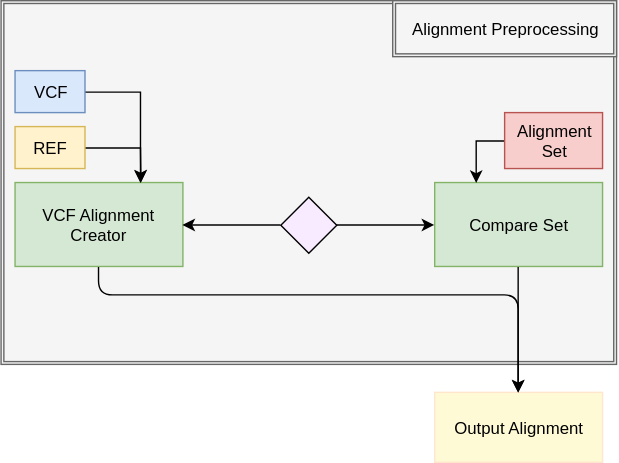
Earlier version of the draw.io export preprocess.svg (inab/trimal). Source tidied: cells renumbered, new cells last; positions are measured from the earlier drawing's top-left corner, leaving out a move shared by most shapes.
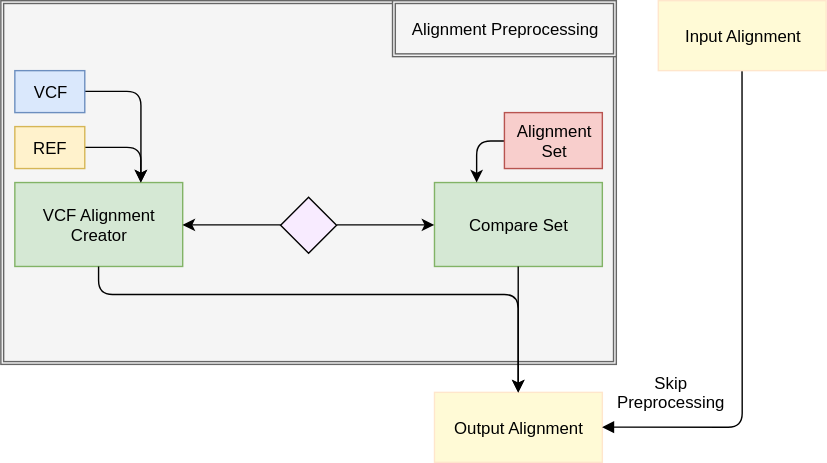
Later version of the same file.

Change to the diagram source:
```diff
@@ -11,13 +11,13 @@
     <mxCell id="4" value="Compare Set" style="rounded=0;whiteSpace=wrap;html=1;glass=0;strokeColor=#82b366;fillColor=#d5e8d4;" parent="1" vertex="1">
       <mxGeometry x="310" y="130" width="120" height="60" as="geometry" />
     </mxCell>
-    <mxCell id="5" style="edgeStyle=orthogonalEdgeStyle;rounded=0;html=1;exitX=1;exitY=0.5;entryX=0.75;entryY=0;jettySize=auto;" parent="1" edge="1" source="6" target="3">
+    <mxCell id="5" style="edgeStyle=orthogonalEdgeStyle;rounded=1;html=1;exitX=1;exitY=0.5;entryX=0.75;entryY=0;jettySize=auto;" parent="1" edge="1" source="6" target="3">
       <mxGeometry relative="1" as="geometry" />
     </mxCell>
     <mxCell id="6" value="VCF" style="rounded=0;whiteSpace=wrap;html=1;glass=0;strokeColor=#6c8ebf;fillColor=#dae8fc;" parent="1" vertex="1">
       <mxGeometry x="10" y="50" width="50" height="30" as="geometry" />
     </mxCell>
-    <mxCell id="7" style="edgeStyle=orthogonalEdgeStyle;rounded=0;html=1;exitX=0;exitY=0.5;entryX=0.25;entryY=0;jettySize=auto;" parent="1" edge="1" source="8" target="4">
+    <mxCell id="7" style="html=1;exitX=0;exitY=0.5;entryX=0.25;entryY=0;jettySize=auto;edgeStyle=orthogonalEdgeStyle;rounded=1;" parent="1" edge="1" source="8" target="4">
       <mxGeometry relative="1" as="geometry" />
     </mxCell>
     <mxCell id="8" value="Alignment&lt;br&gt;Set" style="rounded=0;whiteSpace=wrap;html=1;glass=0;strokeColor=#b85450;fillColor=#f8cecc;" parent="1" vertex="1">
@@ -26,7 +26,7 @@
     <mxCell id="9" value="Alignment Preprocessing" style="shape=ext;double=1;rounded=0;whiteSpace=wrap;html=1;glass=0;strokeColor=#666666;fillColor=#f5f5f5;" parent="1" vertex="1">
       <mxGeometry x="280" width="160" height="40" as="geometry" />
     </mxCell>
-    <mxCell id="10" style="edgeStyle=orthogonalEdgeStyle;rounded=0;html=1;exitX=1;exitY=0.5;jettySize=auto;" parent="1" edge="1" source="11">
+    <mxCell id="10" style="edgeStyle=orthogonalEdgeStyle;rounded=1;html=1;exitX=1;exitY=0.5;jettySize=auto;" parent="1" edge="1" source="11">
       <mxGeometry relative="1" as="geometry">
         <mxPoint x="100" y="130" as="targetPoint" />
       </mxGeometry>
@@ -37,7 +37,7 @@
     <mxCell id="12" value="Output Alignment" style="rounded=0;whiteSpace=wrap;html=1;glass=0;strokeColor=#FFE6CC;fillColor=#FFFAD6;gradientColor=none;" parent="1" vertex="1">
       <mxGeometry x="310" y="280" width="120" height="50" as="geometry" />
     </mxCell>
-    <mxCell id="13" style="edgeStyle=orthogonalEdgeStyle;rounded=1;html=1;exitX=0.5;exitY=1;jettySize=auto;" parent="1" edge="1" source="3" target="12">
+    <mxCell id="13" style="edgeStyle=orthogonalEdgeStyle;rounded=1;html=1;exitX=0.5;exitY=1;jettySize=auto;jumpStyle=none;" parent="1" edge="1" source="3" target="12">
       <mxGeometry relative="1" as="geometry">
         <Array as="points">
           <mxPoint x="70" y="210" />
@@ -57,5 +57,20 @@
     <mxCell id="17" style="strokeWidth=1;html=1;shape=mxgraph.flowchart.decision;whiteSpace=wrap;glass=0;fillColor=#F8EBFF;gradientColor=none;" parent="1" vertex="1">
       <mxGeometry x="200" y="140.5" width="40" height="40" as="geometry" />
     </mxCell>
+    <mxCell id="18" style="edgeStyle=none;rounded=1;jumpStyle=arc;jumpSize=12;html=1;exitX=0.5;exitY=1;entryX=1;entryY=0.5;startArrow=none;startFill=0;endArrow=block;endFill=1;jettySize=auto;comic=0;" parent="1" edge="1" source="20" target="12">
+      <mxGeometry relative="1" as="geometry">
+        <Array as="points">
+          <mxPoint x="530" y="305" />
+        </Array>
+      </mxGeometry>
+    </mxCell>
+    <mxCell id="19" value="&lt;p style=&quot;line-height: 100%&quot;&gt;&lt;/p&gt;&lt;div&gt;Skip&lt;br&gt;Preprocessing&lt;/div&gt;&lt;p&gt;&lt;/p&gt;" style="text;html=1;align=center;verticalAlign=middle;labelBackgroundColor=none;labelBorderColor=none;spacing=10;spacingTop=0;horizontal=1;spacingLeft=0;" parent="18" vertex="1">
+      <mxGeometry x="-0.37" y="2" relative="1" as="geometry">
+        <mxPoint x="-52" y="117.5" as="offset" />
+      </mxGeometry>
+    </mxCell>
+    <mxCell id="20" value="Input Alignment" style="rounded=0;whiteSpace=wrap;html=1;glass=0;strokeColor=#FFE6CC;fillColor=#FFFAD6;gradientColor=none;" parent="1" vertex="1">
+      <mxGeometry x="470" width="120" height="50" as="geometry" />
+    </mxCell>
   </root>
 </mxGraphModel>
```
